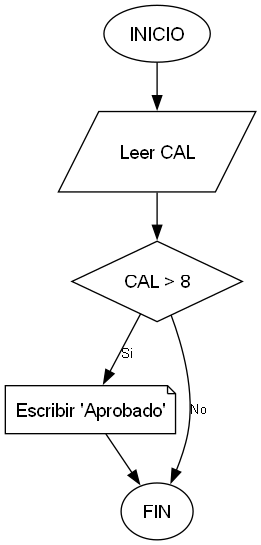
This is Ejercicios/Ejemplo_2_1/Diagrama/Ejemplo_2_1.png from 23Leilany166/java-tutor-tics, a Graphviz export, as it was before one commit. Its source is kept beside it as Ejercicios/Ejemplo_2_1/Diagrama/Ejemplo_2_1.dot.
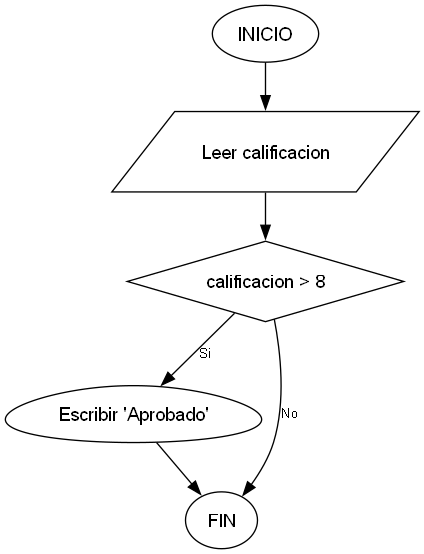
After the change.

What changed in the source:
```diff
@@ -4,9 +4,9 @@
     edge [fontname="Arial", fontsize=10];
 
     INICIO [shape=ellipse, label="INICIO"];
-    LEER_CAL [shape=parallelogram, label="Leer CAL"];
-    CONDICION [shape=diamond, label="CAL > 8"];
-    IMPRIMIR_APROBADO [shape=note, label="Escribir 'Aprobado'"];
+    LEER_CAL [shape=parallelogram, label="Leer calificacion"];
+    CONDICION [shape=diamond, label="calificacion > 8"];
+    IMPRIMIR_APROBADO [shape=egg, label="Escribir 'Aprobado'"];
     FIN [shape=ellipse, label="FIN"];
 
     INICIO -> LEER_CAL;
```
